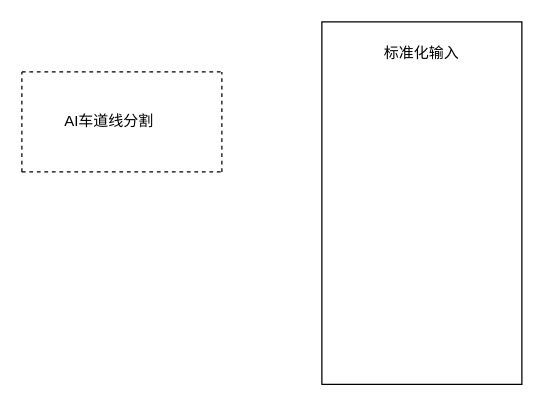
This is ypilot_2022.drawio from bugquella/diagrams, a draw.io file, before an edit. Source tidied: cells renumbered, new cells numbered last; positions are measured from the earlier drawing's top-left corner, leaving out a move shared by most shapes. Both pictures are drawn from the tidied source at 125%, with x=0, y=0 at pixel (21, 21).
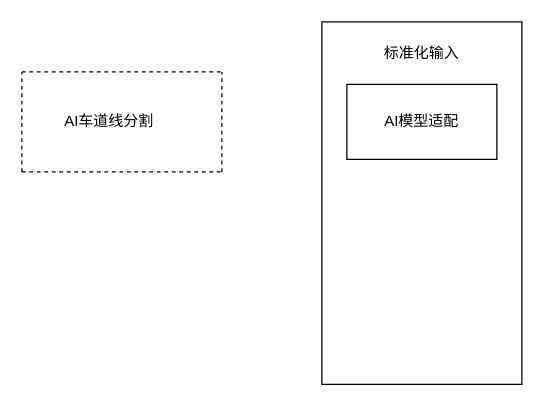
The same diagram, later.

Diff of the diagram source:
```diff
@@
 <mxGraphModel>
   <root>
     <mxCell id="0" />
     <mxCell id="1" parent="0" />
     <mxCell id="2" style="group;" parent="1" vertex="1">
       <mxGeometry y="40" width="160" height="80" as="geometry" />
     </mxCell>
     <mxCell id="3" style="endArrow=none;dashed=1;html=1;rounded=0;" parent="2" edge="1">
       <mxGeometry relative="1" as="geometry">
         <mxPoint as="sourcePoint" />
         <mxPoint x="160" as="targetPoint" />
       </mxGeometry>
     </mxCell>
     <mxCell id="4" style="endArrow=none;dashed=1;html=1;rounded=0;" parent="2" edge="1">
       <mxGeometry relative="1" as="geometry">
         <mxPoint y="80" as="sourcePoint" />
         <mxPoint x="160" y="80" as="targetPoint" />
       </mxGeometry>
     </mxCell>
     <mxCell id="5" style="endArrow=none;dashed=1;html=1;rounded=0;" parent="2" edge="1">
       <mxGeometry relative="1" as="geometry">
         <mxPoint x="160" y="80" as="sourcePoint" />
         <mxPoint x="160" as="targetPoint" />
       </mxGeometry>
     </mxCell>
     <mxCell id="6" style="endArrow=none;dashed=1;html=1;rounded=0;" parent="2" edge="1">
       <mxGeometry relative="1" as="geometry">
         <mxPoint y="80" as="sourcePoint" />
         <mxPoint as="targetPoint" />
       </mxGeometry>
     </mxCell>
     <mxCell id="7" value="AI车道线分割" style="text;html=1;strokeColor=none;fillColor=none;align=center;verticalAlign=middle;whiteSpace=wrap;rounded=0;" parent="2" vertex="1">
       <mxGeometry x="30" y="25" width="80" height="30" as="geometry" />
     </mxCell>
     <mxCell id="8" style="rounded=0;whiteSpace=wrap;html=1;" parent="1" vertex="1">
       <mxGeometry x="240" width="160" height="290" as="geometry" />
     </mxCell>
     <mxCell id="9" value="标准化输入" style="text;html=1;strokeColor=none;fillColor=none;align=center;verticalAlign=middle;whiteSpace=wrap;rounded=0;" parent="1" vertex="1">
       <mxGeometry x="280" y="10" width="80" height="30" as="geometry" />
     </mxCell>
+    <mxCell id="10" value="AI模型适配" style="rounded=0;whiteSpace=wrap;html=1;" parent="1" vertex="1">
+      <mxGeometry x="260" y="50" width="120" height="60" as="geometry" />
+    </mxCell>
   </root>
 </mxGraphModel>
```
